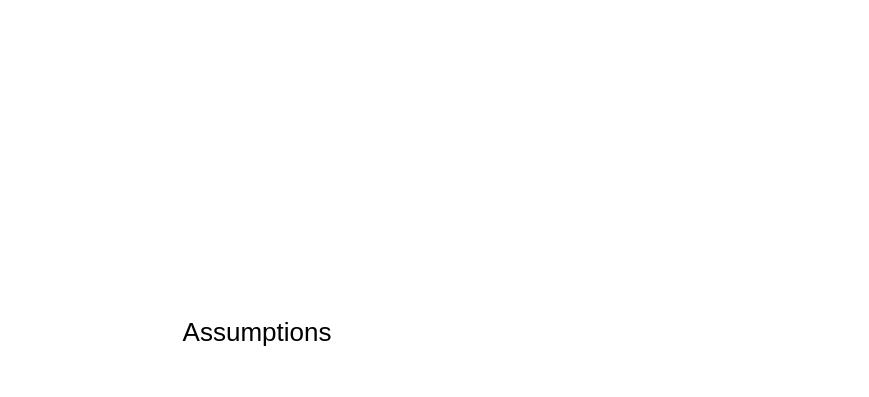
Above: page "SEG Feature considerations" (1 of 4) of Untitled Diagram.drawio in dachachacha/dotfiles (draw.io), before the change. Source tidied: cells renumbered, new cells numbered last; positions are measured from the earlier drawing's top-left corner, leaving out a move shared by most shapes. Both pictures are drawn from the tidied source at 100%, with x=0, y=0 at pixel (17, 317).
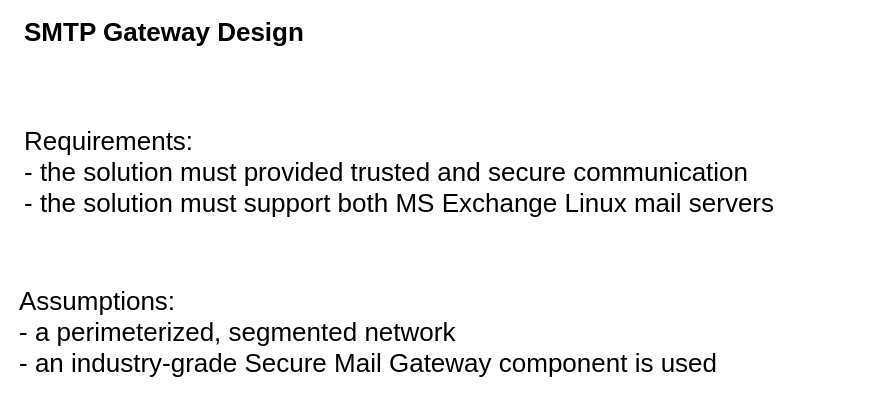
After the change.

What changed in the source:
```diff
@@
 <mxGraphModel>
   <root>
     <mxCell id="0" />
     <mxCell id="1" parent="0" />
-    <mxCell id="2" value="Assumptions" style="text;html=1;strokeColor=none;fillColor=none;align=center;verticalAlign=middle;whiteSpace=wrap;rounded=0;fontSize=26;" parent="1" vertex="1">
-      <mxGeometry width="480" height="30" as="geometry" />
+    <mxCell id="2" value="Assumptions:&amp;nbsp;&lt;br&gt;&lt;div style=&quot;&quot;&gt;&lt;span style=&quot;background-color: initial;&quot;&gt;-&amp;nbsp;&lt;/span&gt;&lt;span style=&quot;background-color: initial;&quot;&gt;a perimeterized, segmented network&lt;/span&gt;&lt;/div&gt;&lt;div style=&quot;&quot;&gt;&lt;span style=&quot;background-color: initial;&quot;&gt;- an industry-grade Secure Mail Gateway component is used&lt;/span&gt;&lt;/div&gt;" style="text;html=1;strokeColor=none;fillColor=none;align=left;verticalAlign=middle;whiteSpace=wrap;rounded=0;fontSize=26;" parent="1" vertex="1">
+      <mxGeometry width="770" height="30" as="geometry" />
     </mxCell>
+    <mxCell id="3" value="Requirements:&amp;nbsp;&lt;br&gt;&lt;div style=&quot;&quot;&gt;&lt;span style=&quot;background-color: initial;&quot;&gt;- the solution must provided trusted and secure communication&lt;/span&gt;&lt;/div&gt;&lt;div style=&quot;&quot;&gt;&lt;span style=&quot;background-color: initial;&quot;&gt;- the solution must support both MS Exchange Linux mail servers&lt;/span&gt;&lt;/div&gt;" style="text;html=1;strokeColor=none;fillColor=none;align=left;verticalAlign=middle;whiteSpace=wrap;rounded=0;fontSize=26;" parent="1" vertex="1">
+      <mxGeometry x="5" y="-160" width="830" height="30" as="geometry" />
+    </mxCell>
+    <mxCell id="4" value="SMTP Gateway Design" style="text;html=1;strokeColor=none;fillColor=none;align=left;verticalAlign=middle;whiteSpace=wrap;rounded=0;fontSize=26;fontStyle=1;" parent="1" vertex="1">
+      <mxGeometry x="5" y="-300" width="770" height="30" as="geometry" />
+    </mxCell>
   </root>
 </mxGraphModel>
```
